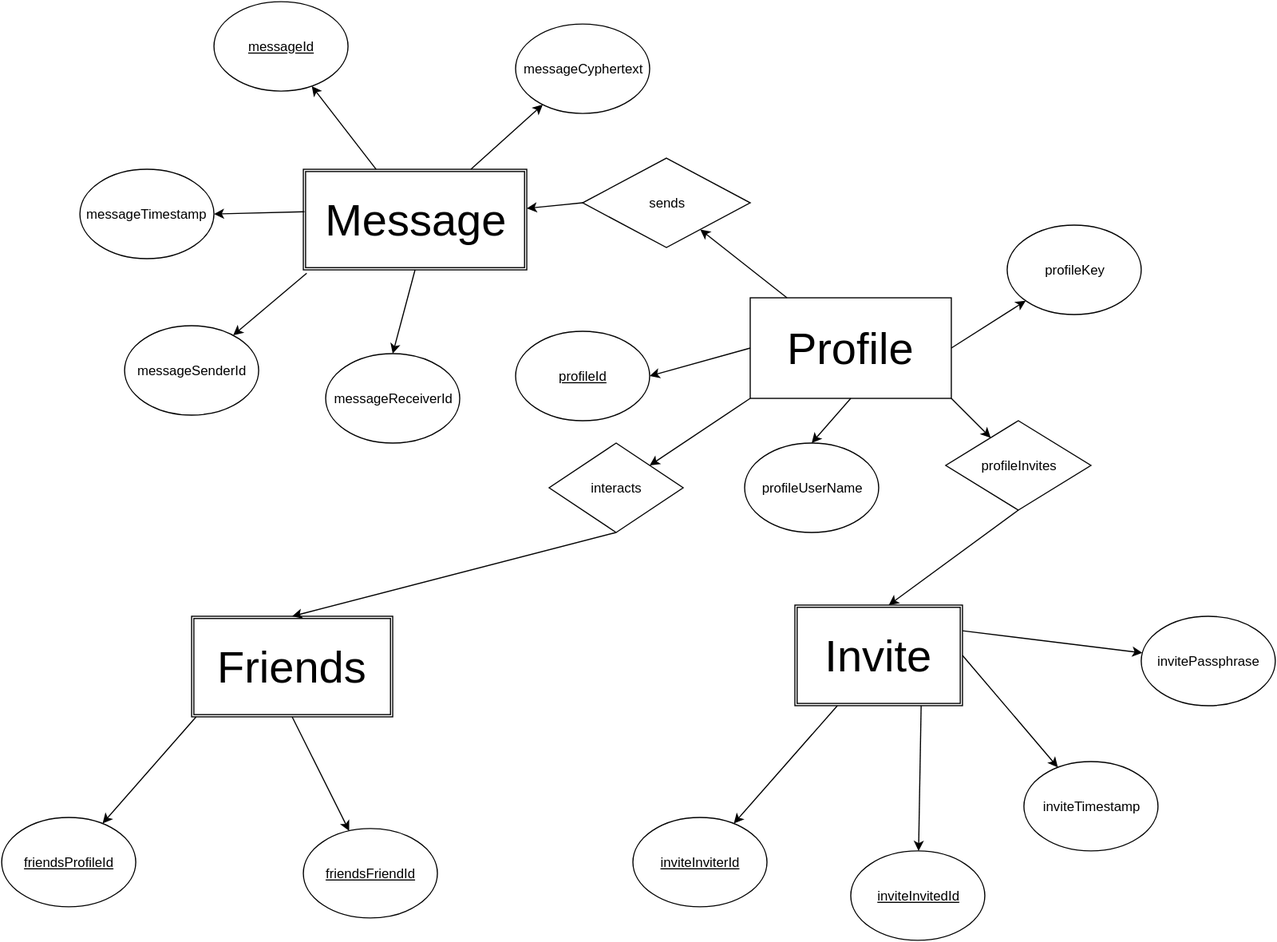
This is public_html/epic/img/kiteCryptERD.svg from Karstagg/kiteCrypt, a draw.io export, as it was before one commit. Source tidied: cells renumbered, new cells last; positions are measured from the earlier drawing's top-left corner, leaving out a move shared by most shapes.
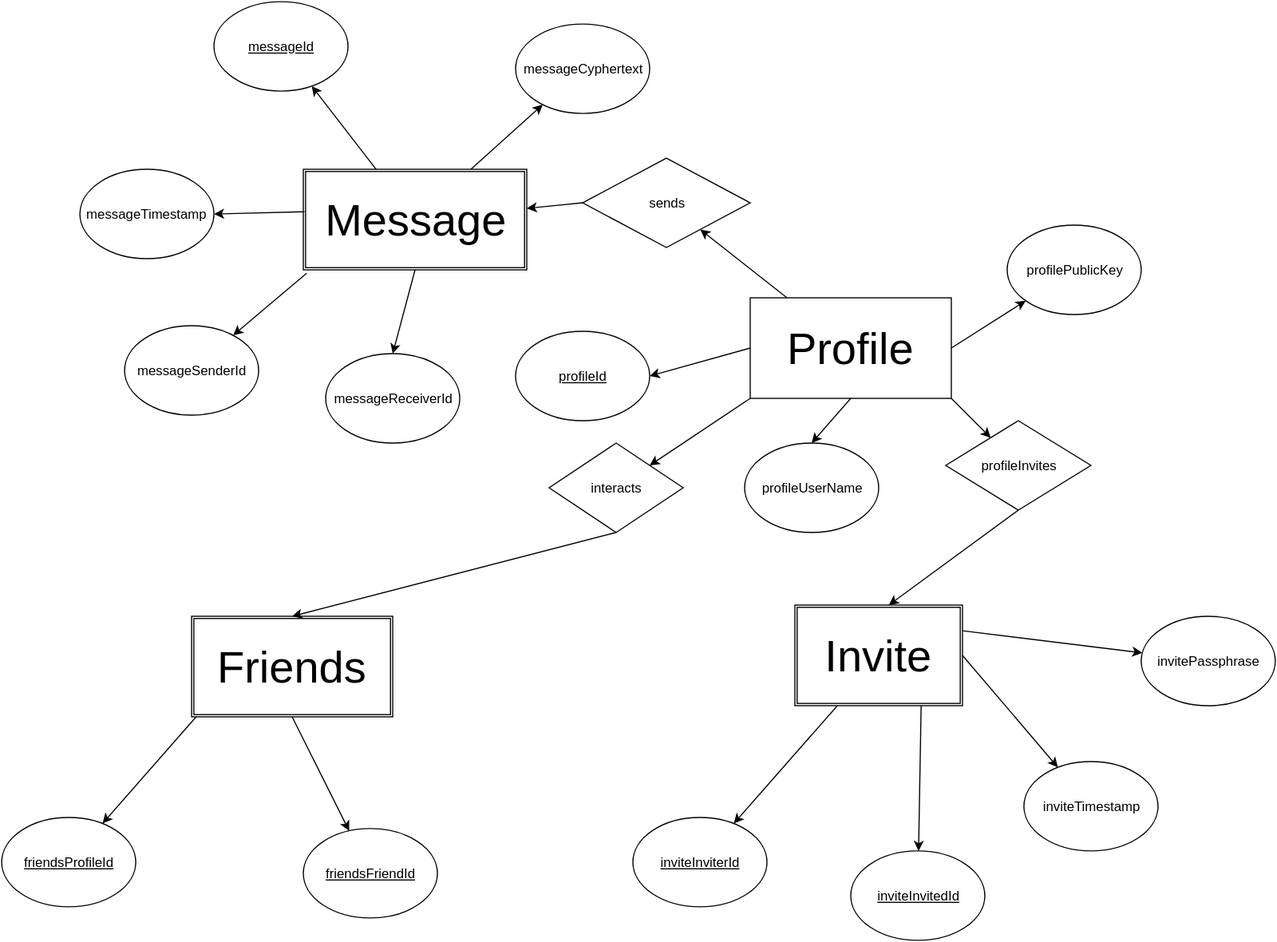
The same diagram one commit later.

Diff of the diagram source:
```diff
@@ -14,7 +14,7 @@
     <mxCell id="5" value="profileUserName" style="ellipse;whiteSpace=wrap;html=1;" parent="1" vertex="1">
       <mxGeometry x="665" y="395" width="120" height="80" as="geometry" />
     </mxCell>
-    <mxCell id="6" value="profileKey" style="ellipse;whiteSpace=wrap;html=1;" parent="1" vertex="1">
+    <mxCell id="6" value="profilePublicKey" style="ellipse;whiteSpace=wrap;html=1;" parent="1" vertex="1">
       <mxGeometry x="900" y="200" width="120" height="80" as="geometry" />
     </mxCell>
     <mxCell id="7" value="interacts" style="rhombus;whiteSpace=wrap;html=1;" parent="1" vertex="1">
```
